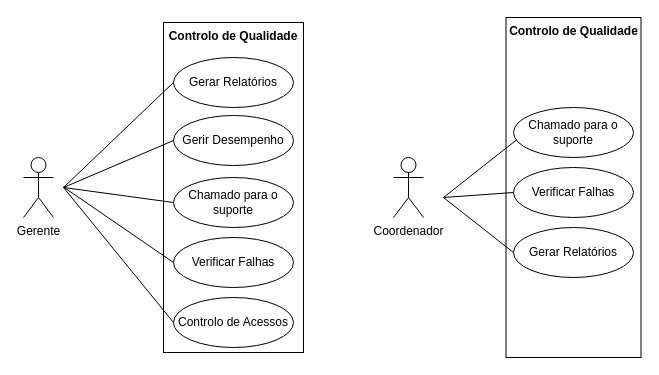
Earlier version of the draw.io diagram page "Page-1" (1 of 3) of Diagrama sem nome.drawio (marceloassis003/Projetos_PWBI). Source tidied: cells renumbered, new cells numbered last; positions are measured from the earlier drawing's top-left corner, leaving out a move shared by most shapes. Both pictures are drawn from the tidied source at 100%, with x=0, y=0 at pixel (23, 17).
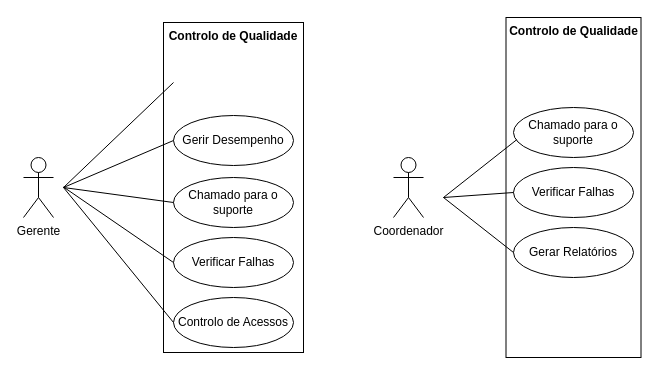
After the change.

Unchanged cells that the change refers to:
```xml
<mxCell id="7" value="Gerir Desempenho" style="ellipse;whiteSpace=wrap;html=1;" parent="1" vertex="1">
  <mxGeometry x="150" y="98" width="120" height="50" as="geometry" />
</mxCell>
```

Change to the diagram source:
```diff
@@
-    <mxCell id="5" value="Gerar Relatórios" style="ellipse;whiteSpace=wrap;html=1;" parent="1" vertex="1">
-      <mxGeometry x="150" y="40" width="120" height="50" as="geometry" />
-    </mxCell>
@@
-    <mxCell id="10" style="endArrow=none;html=1;rounded=0;fontFamily=Helvetica;fontSize=12;fontColor=default;entryX=0;entryY=0.5;entryDx=0;entryDy=0;exitX=0;exitY=0.5;exitDx=0;exitDy=0;" parent="1" edge="1" source="7" target="5">
+    <mxCell id="10" style="endArrow=none;html=1;rounded=0;fontFamily=Helvetica;fontSize=12;fontColor=default;entryX=0;entryY=0.5;entryDx=0;entryDy=0;exitX=0;exitY=0.5;exitDx=0;exitDy=0;" parent="1" edge="1" source="7">
       <mxGeometry relative="1" as="geometry">
+        <mxPoint x="150" y="65" as="targetPoint" />
         <Array as="points">
           <mxPoint x="40" y="170" />
         </Array>
       </mxGeometry>
     </mxCell>
```
